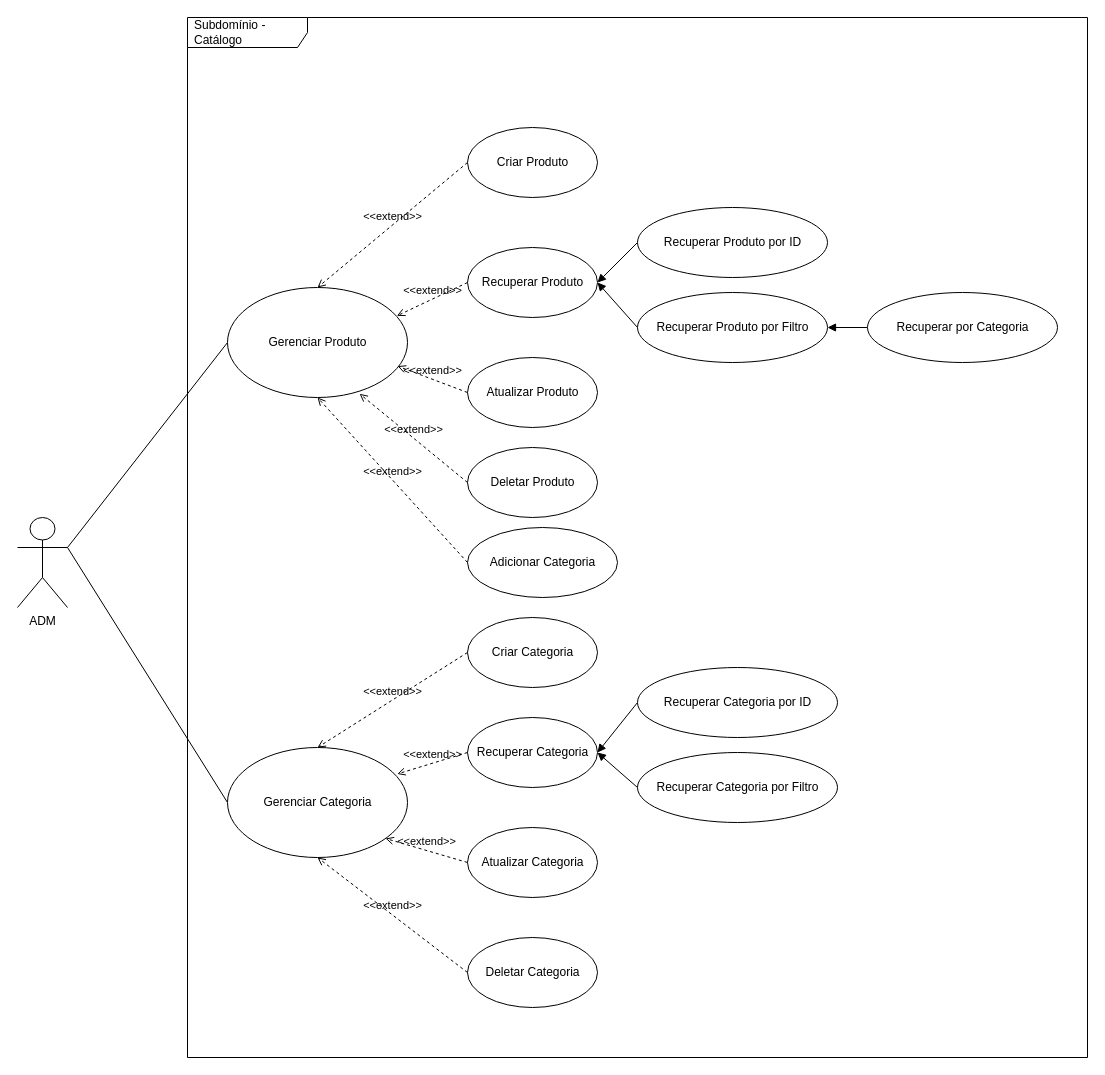
The draw.io diagram page "Subdomínio - Catálogo" (2 of 2) of requirements/ecommerce-use-case.drawio in avilahesnan/ecommerce-node-api, before the edit. Source tidied: cells renumbered, new cells numbered last; positions are measured from the earlier drawing's top-left corner, leaving out a move shared by most shapes. Both pictures are drawn from the tidied source at 100%, with x=0, y=0 at pixel (17, 17).
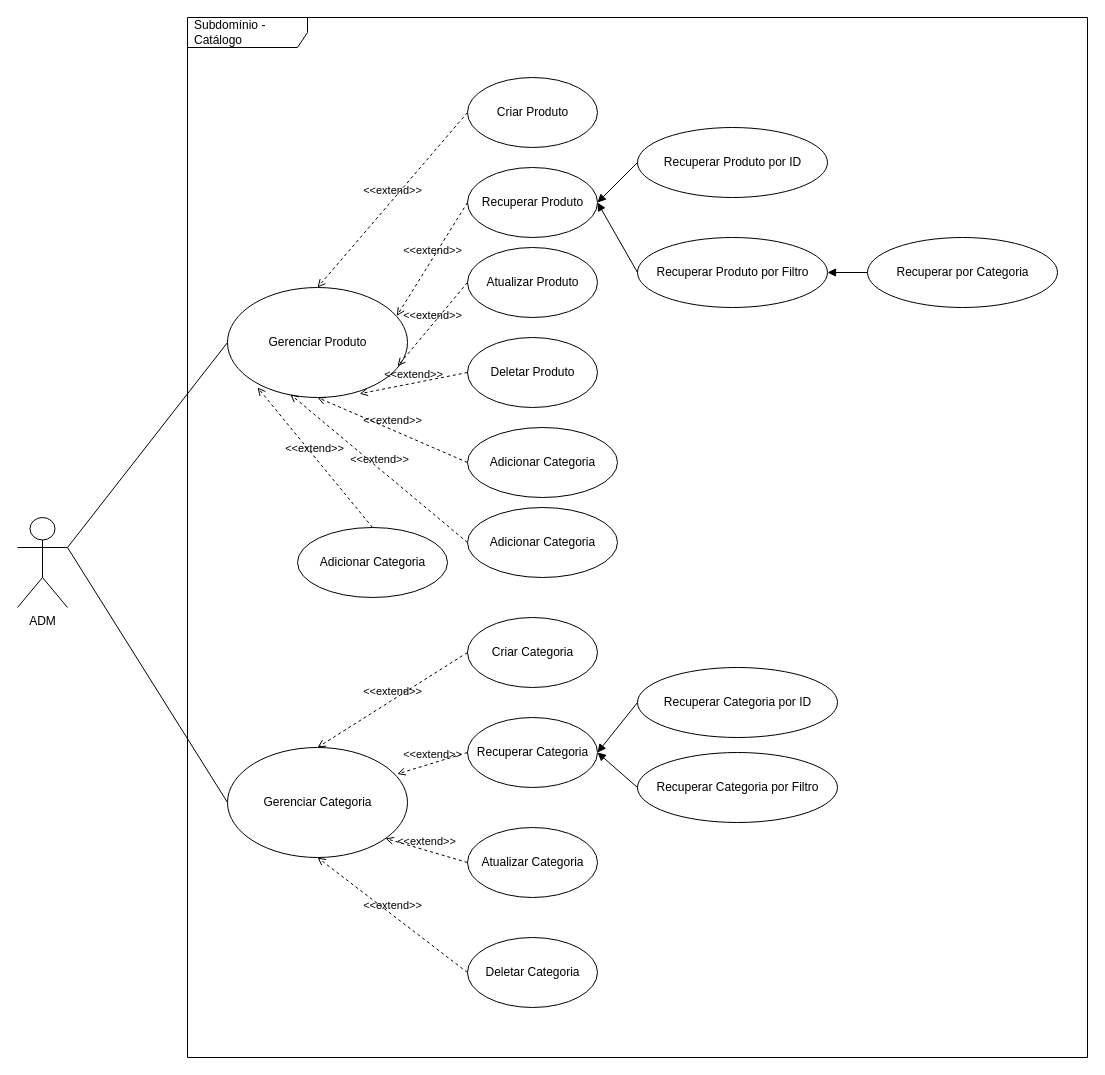
After the change.

The change refers to these unchanged cells:
```xml
<mxCell id="5" value="Gerenciar Produto" style="shape=ellipse;horizontal=1;html=1;dashed=0;" parent="1" vertex="1">
  <mxGeometry x="210" y="270" width="180" height="110" as="geometry" />
</mxCell>
```

Change to the diagram source:
```diff
@@
     <mxCell id="6" value="Deletar Produto" style="shape=ellipse;horizontal=1;html=1;dashed=0;" parent="1" vertex="1">
-      <mxGeometry x="450" y="430" width="130" height="70" as="geometry" />
+      <mxGeometry x="450" y="320" width="130" height="70" as="geometry" />
     </mxCell>
     <mxCell id="7" value="Atualizar Produto" style="shape=ellipse;horizontal=1;html=1;dashed=0;" parent="1" vertex="1">
-      <mxGeometry x="450" y="340" width="130" height="70" as="geometry" />
+      <mxGeometry x="450" y="230" width="130" height="70" as="geometry" />
     </mxCell>
     <mxCell id="8" value="Recuperar Produto" style="shape=ellipse;horizontal=1;html=1;dashed=0;" parent="1" vertex="1">
-      <mxGeometry x="450" y="230" width="130" height="70" as="geometry" />
+      <mxGeometry x="450" y="150" width="130" height="70" as="geometry" />
     </mxCell>
     <mxCell id="9" value="Criar Produto" style="shape=ellipse;horizontal=1;html=1;dashed=0;" parent="1" vertex="1">
-      <mxGeometry x="450" y="110" width="130" height="70" as="geometry" />
+      <mxGeometry x="450" y="60" width="130" height="70" as="geometry" />
     </mxCell>
@@
     <mxCell id="15" value="Recuperar Produto por ID" style="shape=ellipse;horizontal=1;html=1;dashed=0;" parent="1" vertex="1">
-      <mxGeometry x="620" y="190" width="190" height="70" as="geometry" />
+      <mxGeometry x="620" y="110" width="190" height="70" as="geometry" />
     </mxCell>
@@
     <mxCell id="17" value="Recuperar Produto por Filtro" style="shape=ellipse;horizontal=1;html=1;dashed=0;" parent="1" vertex="1">
-      <mxGeometry x="620" y="275" width="190" height="70" as="geometry" />
+      <mxGeometry x="620" y="220" width="190" height="70" as="geometry" />
     </mxCell>
@@
     <mxCell id="32" value="Adicionar Categoria" style="shape=ellipse;horizontal=1;html=1;dashed=0;" parent="1" vertex="1">
-      <mxGeometry x="450" y="510" width="150" height="70" as="geometry" />
+      <mxGeometry x="450" y="410" width="150" height="70" as="geometry" />
     </mxCell>
@@
     <mxCell id="35" value="Recuperar por Categoria" style="shape=ellipse;horizontal=1;html=1;dashed=0;" parent="1" vertex="1">
-      <mxGeometry x="850" y="275" width="190" height="70" as="geometry" />
+      <mxGeometry x="850" y="220" width="190" height="70" as="geometry" />
     </mxCell>
+    <mxCell id="36" value="Adicionar Categoria" style="shape=ellipse;horizontal=1;html=1;dashed=0;" parent="1" vertex="1">
+      <mxGeometry x="450" y="490" width="150" height="70" as="geometry" />
+    </mxCell>
+    <mxCell id="37" value="&amp;lt;&amp;lt;extend&amp;gt;&amp;gt;" style="html=1;verticalAlign=bottom;labelBackgroundColor=none;endArrow=open;endFill=0;dashed=1;exitX=0;exitY=0.5;exitDx=0;exitDy=0;entryX=0.349;entryY=0.971;entryDx=0;entryDy=0;entryPerimeter=0;" parent="1" edge="1" source="36" target="5">
+      <mxGeometry relative="1" as="geometry" />
+    </mxCell>
+    <mxCell id="38" value="Adicionar Categoria" style="shape=ellipse;horizontal=1;html=1;dashed=0;" parent="1" vertex="1">
+      <mxGeometry x="280" y="510" width="150" height="70" as="geometry" />
+    </mxCell>
+    <mxCell id="39" value="&amp;lt;&amp;lt;extend&amp;gt;&amp;gt;" style="html=1;verticalAlign=bottom;labelBackgroundColor=none;endArrow=open;endFill=0;dashed=1;exitX=0.5;exitY=0;exitDx=0;exitDy=0;entryX=0.167;entryY=0.909;entryDx=0;entryDy=0;entryPerimeter=0;" parent="1" edge="1" source="38" target="5">
+      <mxGeometry relative="1" as="geometry" />
+    </mxCell>
```
